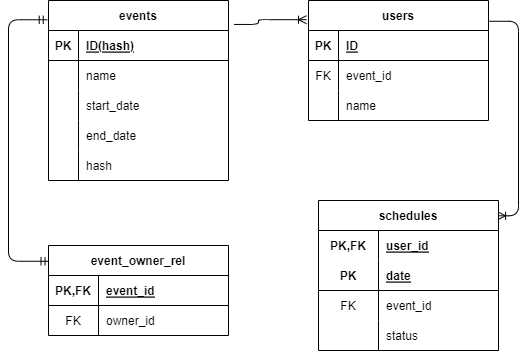
Before: DB_ER_diagram.drawio.png, a diagram exported from draw.io (kuu13580/schedule-checker). Source tidied: cells renumbered, new cells last; positions are measured from the earlier drawing's top-left corner, leaving out a move shared by most shapes.
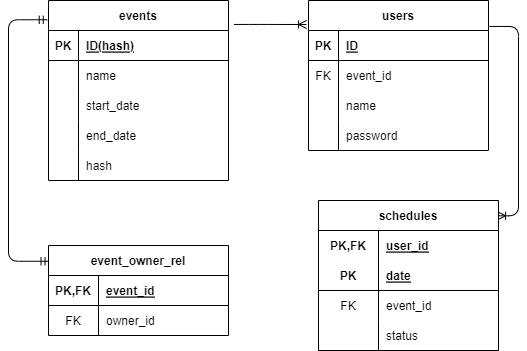
The same diagram one commit later.

Commit message:
update DBダイアグラム

The edit, as a diff of the source:
```diff
@@ -58,7 +58,7 @@
       </mxGeometry>
     </mxCell>
     <mxCell id="19" value="users" style="shape=table;startSize=30;rowLines=0;fontStyle=1;align=center;" parent="1" vertex="1">
-      <mxGeometry x="300" width="180" height="120" as="geometry" />
+      <mxGeometry x="300" width="180" height="150" as="geometry" />
     </mxCell>
     <mxCell id="20" style="shape=tableRow;horizontal=0;startSize=0;swimlaneHead=0;swimlaneBody=0;fillColor=none;top=0;left=0;right=0;bottom=1;" parent="19" vertex="1">
       <mxGeometry y="30" width="180" height="30" as="geometry" />
@@ -87,6 +87,15 @@
     <mxCell id="28" value="name" style="shape=partialRectangle;fillColor=none;top=0;left=0;bottom=0;right=0;align=left;spacingLeft=6;overflow=hidden;" parent="26" vertex="1">
       <mxGeometry x="30" width="150" height="30" as="geometry" />
     </mxCell>
+    <mxCell id="51" style="shape=tableRow;horizontal=0;startSize=0;swimlaneHead=0;swimlaneBody=0;fillColor=none;top=0;left=0;right=0;bottom=0;" parent="19" vertex="1">
+      <mxGeometry y="120" width="180" height="30" as="geometry" />
+    </mxCell>
+    <mxCell id="52" style="shape=partialRectangle;fillColor=none;top=0;left=0;bottom=0;right=0;overflow=hidden;" parent="51" vertex="1">
+      <mxGeometry width="30" height="30" as="geometry" />
+    </mxCell>
+    <mxCell id="53" value="password" style="shape=partialRectangle;fillColor=none;top=0;left=0;bottom=0;right=0;align=left;spacingLeft=6;overflow=hidden;" parent="51" vertex="1">
+      <mxGeometry x="30" width="150" height="30" as="geometry" />
+    </mxCell>
     <mxCell id="29" style="edgeStyle=elbowEdgeStyle;fontSize=12;html=1;endArrow=ERoneToMany;entryX=0.995;entryY=0.102;entryDx=0;entryDy=0;entryPerimeter=0;jumpStyle=none;exitX=1.005;exitY=0.173;exitDx=0;exitDy=0;exitPerimeter=0;elbow=vertical;" parent="1" edge="1" source="19" target="30">
       <mxGeometry relative="1" as="geometry">
         <Array as="points">
```
